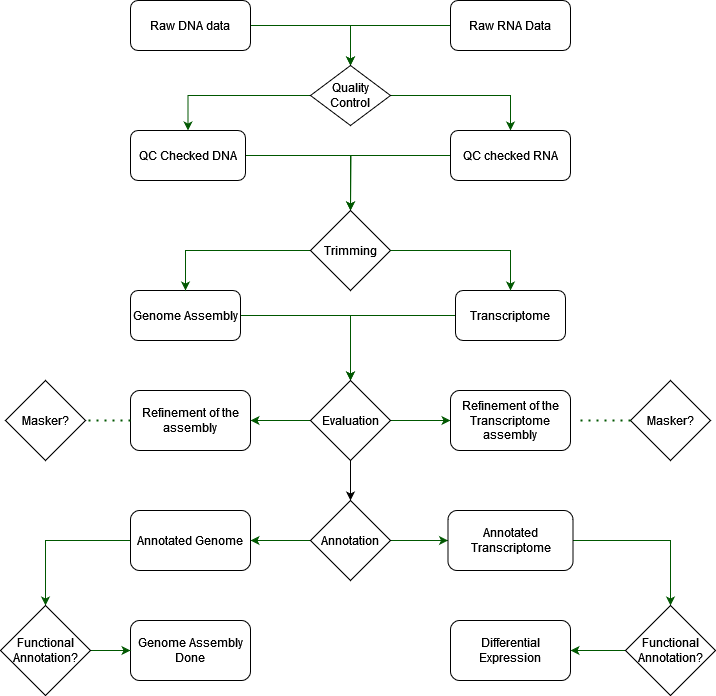
MikeGenes/GenomeProject keeps this draw.io diagram as Genome_Analysis_workflow.drawio.png. Above is the earlier version. Source tidied: cells renumbered, new cells last; positions are measured from the earlier drawing's top-left corner, leaving out a move shared by most shapes.
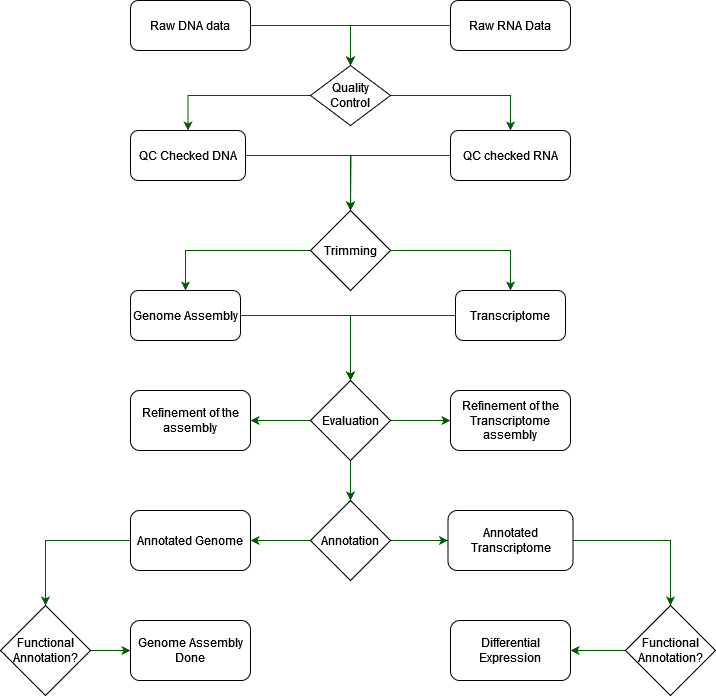
Later version of the same file.

The edit, as a diff of the source:
```diff
@@ -26,15 +26,12 @@
     <mxCell id="9" style="edgeStyle=orthogonalEdgeStyle;rounded=0;jettySize=auto;html=1;fillColor=#008a00;strokeColor=#005700;" parent="1" edge="1" source="42" target="31">
       <mxGeometry relative="1" as="geometry" />
     </mxCell>
-    <mxCell id="10" style="edgeStyle=orthogonalEdgeStyle;rounded=0;jettySize=auto;html=1;" parent="1" edge="1" source="42" target="15">
+    <mxCell id="10" style="edgeStyle=orthogonalEdgeStyle;rounded=0;jettySize=auto;html=1;fillColor=#008a00;strokeColor=#005700;" parent="1" edge="1" source="42" target="15">
       <mxGeometry relative="1" as="geometry" />
     </mxCell>
     <mxCell id="11" value="Refinement of the assembly" style="whiteSpace=wrap;html=1;rounded=1;" parent="1" vertex="1">
       <mxGeometry x="130" y="390" width="120" height="60" as="geometry" />
     </mxCell>
-    <mxCell id="12" value="Masker?" style="rhombus;whiteSpace=wrap;html=1;" parent="1" vertex="1">
-      <mxGeometry x="5" y="380" width="80" height="80" as="geometry" />
-    </mxCell>
     <mxCell id="13" style="edgeStyle=orthogonalEdgeStyle;rounded=0;jettySize=auto;html=1;fillColor=#008a00;strokeColor=#005700;" parent="1" edge="1" source="15" target="17">
       <mxGeometry relative="1" as="geometry" />
     </mxCell>
@@ -97,9 +94,6 @@
     <mxCell id="31" value="Refinement of the Transcriptome assembly" style="whiteSpace=wrap;html=1;rounded=1;" parent="1" vertex="1">
       <mxGeometry x="450" y="390" width="120" height="60" as="geometry" />
     </mxCell>
-    <mxCell id="32" value="Masker?" style="rhombus;whiteSpace=wrap;html=1;" parent="1" vertex="1">
-      <mxGeometry x="630" y="380" width="80" height="80" as="geometry" />
-    </mxCell>
     <mxCell id="33" style="edgeStyle=orthogonalEdgeStyle;rounded=0;jettySize=auto;html=1;fillColor=#008a00;strokeColor=#005700;" parent="1" edge="1" source="34" target="36">
       <mxGeometry relative="1" as="geometry" />
     </mxCell>
@@ -121,20 +115,6 @@
     <mxCell id="39" style="edgeStyle=orthogonalEdgeStyle;rounded=0;jettySize=auto;html=1;entryX=0.5;entryY=0;entryDx=0;entryDy=0;fillColor=#008a00;strokeColor=#005700;" parent="1" edge="1" source="28" target="30">
       <mxGeometry relative="1" as="geometry" />
     </mxCell>
-    <mxCell id="40" style="endArrow=none;dashed=1;html=1;dashPattern=1 3;strokeWidth=2;rounded=0;exitX=0;exitY=0.5;exitDx=0;exitDy=0;entryX=1.083;entryY=0.5;entryDx=0;entryDy=0;entryPerimeter=0;fillColor=#008a00;strokeColor=#005700;" parent="1" edge="1" source="32" target="31">
-      <mxGeometry relative="1" as="geometry">
-        <Array as="points">
-          <mxPoint x="620" y="420" />
-        </Array>
-      </mxGeometry>
-    </mxCell>
-    <mxCell id="41" style="endArrow=none;dashed=1;html=1;dashPattern=1 3;strokeWidth=2;rounded=0;entryX=1;entryY=0.5;entryDx=0;entryDy=0;exitX=0;exitY=0.5;exitDx=0;exitDy=0;fillColor=#008a00;strokeColor=#005700;" parent="1" edge="1" source="11" target="12">
-      <mxGeometry relative="1" as="geometry">
-        <Array as="points">
-          <mxPoint x="110" y="420" />
-        </Array>
-      </mxGeometry>
-    </mxCell>
     <mxCell id="42" value="Evaluation" style="rhombus;whiteSpace=wrap;html=1;rounded=0;" parent="1" vertex="1">
       <mxGeometry x="310" y="380" width="80" height="80" as="geometry" />
     </mxCell>
```
